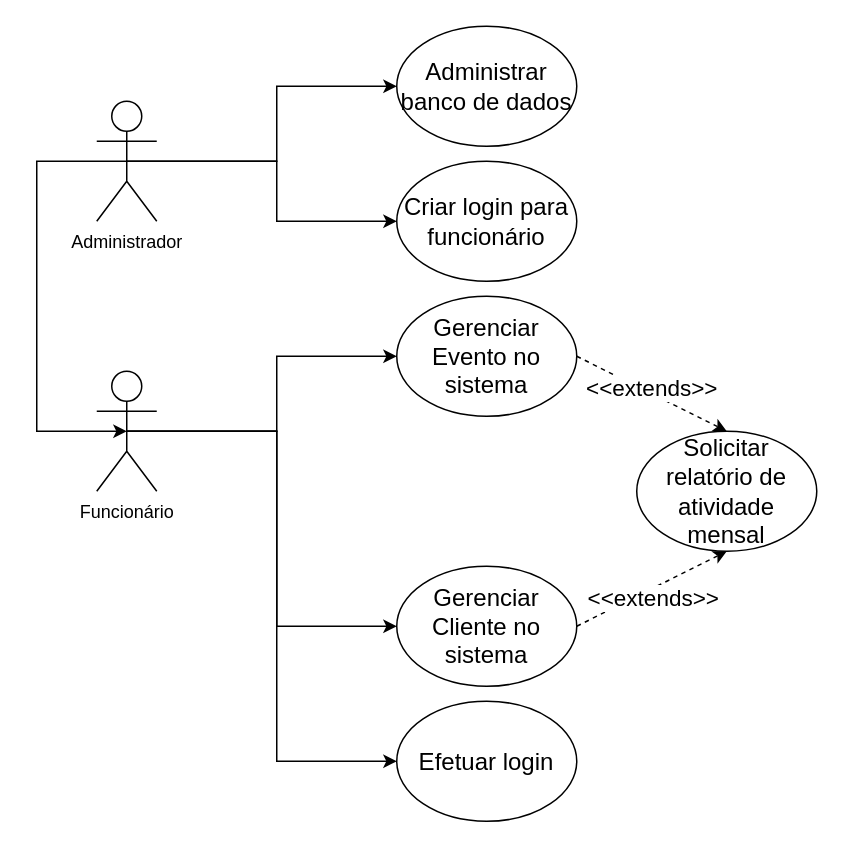
Earlier version of the draw.io diagram 4° Período/Análise e Projeto de Sistemas (Janderson)/Atividade 02/Diagrama de Casos de Uso (Buffet LuDa).drawio (lucaslucenak/cc-UEPB). Source tidied: cells renumbered, new cells numbered last; positions are measured from the earlier drawing's top-left corner, leaving out a move shared by most shapes. Both pictures are drawn from the tidied source at 150%, with x=0, y=0 at pixel (36, 26).
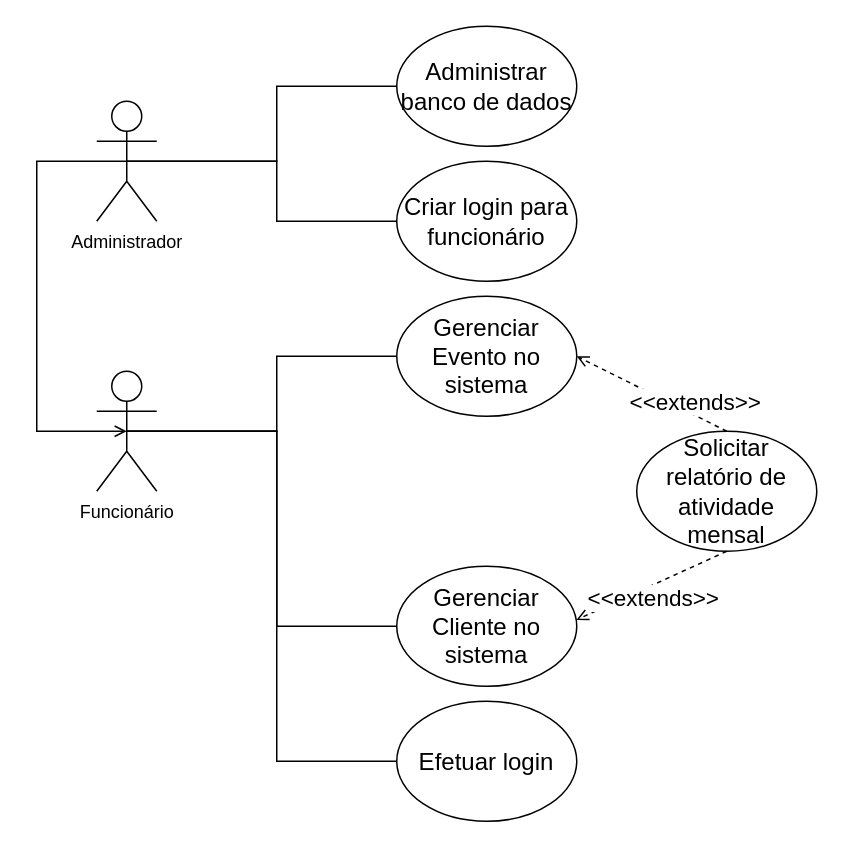
The same diagram, later.

Unchanged cells that the change refers to:
```xml
<mxCell id="5" value="Funcionário" style="shape=umlActor;verticalLabelPosition=bottom;verticalAlign=top;html=1;outlineConnect=0;" parent="1" vertex="1">
  <mxGeometry x="40" y="230" width="40" height="80" as="geometry" />
</mxCell>
<mxCell id="6" value="&lt;font style=&quot;font-size: 16px&quot;&gt;Efetuar login&lt;/font&gt;" style="ellipse;whiteSpace=wrap;html=1;" parent="1" vertex="1">
  <mxGeometry x="240" y="450" width="120" height="80" as="geometry" />
</mxCell>
<mxCell id="10" value="Administrador" style="shape=umlActor;verticalLabelPosition=bottom;verticalAlign=top;html=1;outlineConnect=0;" parent="1" vertex="1">
  <mxGeometry x="40" y="50" width="40" height="80" as="geometry" />
</mxCell>
<mxCell id="11" value="&lt;font style=&quot;font-size: 16px&quot;&gt;Criar login para funcionário&lt;/font&gt;" style="ellipse;whiteSpace=wrap;html=1;" parent="1" vertex="1">
  <mxGeometry x="240" y="90" width="120" height="80" as="geometry" />
</mxCell>
<mxCell id="12" value="&lt;font style=&quot;font-size: 16px&quot;&gt;Gerenciar Evento no sistema&lt;/font&gt;" style="ellipse;whiteSpace=wrap;html=1;" parent="1" vertex="1">
  <mxGeometry x="240" y="180" width="120" height="80" as="geometry" />
</mxCell>
<mxCell id="13" value="&lt;font style=&quot;font-size: 16px&quot;&gt;Gerenciar Cliente no sistema&lt;/font&gt;" style="ellipse;whiteSpace=wrap;html=1;" parent="1" vertex="1">
  <mxGeometry x="240" y="360" width="120" height="80" as="geometry" />
</mxCell>
<mxCell id="14" value="&lt;font style=&quot;font-size: 16px&quot;&gt;Solicitar relatório de atividade mensal&lt;/font&gt;" style="ellipse;whiteSpace=wrap;html=1;" parent="1" vertex="1">
  <mxGeometry x="400" y="270" width="120" height="80" as="geometry" />
</mxCell>
<mxCell id="15" value="&lt;font style=&quot;font-size: 16px&quot;&gt;Administrar banco de dados&lt;/font&gt;" style="ellipse;whiteSpace=wrap;html=1;" parent="1" vertex="1">
  <mxGeometry x="240" width="120" height="80" as="geometry" />
</mxCell>
```

Diff of the diagram source:
```diff
@@
-    <mxCell id="2" style="edgeStyle=orthogonalEdgeStyle;rounded=0;jettySize=auto;html=1;exitX=0.5;exitY=0.5;exitDx=0;exitDy=0;exitPerimeter=0;entryX=0;entryY=0.5;entryDx=0;entryDy=0;fontSize=15;endArrow=classic;endFill=1;" parent="1" edge="1" source="5" target="12">
+    <mxCell id="2" style="edgeStyle=orthogonalEdgeStyle;rounded=0;jettySize=auto;html=1;exitX=0.5;exitY=0.5;exitDx=0;exitDy=0;exitPerimeter=0;entryX=0;entryY=0.5;entryDx=0;entryDy=0;fontSize=15;endArrow=none;endFill=0;" parent="1" edge="1" source="5" target="12">
       <mxGeometry relative="1" as="geometry" />
     </mxCell>
-    <mxCell id="3" style="edgeStyle=orthogonalEdgeStyle;rounded=0;jettySize=auto;html=1;exitX=0.5;exitY=0.5;exitDx=0;exitDy=0;exitPerimeter=0;entryX=0;entryY=0.5;entryDx=0;entryDy=0;fontSize=15;endArrow=classic;endFill=1;" parent="1" edge="1" source="5" target="13">
+    <mxCell id="3" style="edgeStyle=orthogonalEdgeStyle;rounded=0;jettySize=auto;html=1;exitX=0.5;exitY=0.5;exitDx=0;exitDy=0;exitPerimeter=0;entryX=0;entryY=0.5;entryDx=0;entryDy=0;fontSize=15;endArrow=none;endFill=0;" parent="1" edge="1" source="5" target="13">
       <mxGeometry relative="1" as="geometry" />
     </mxCell>
-    <mxCell id="4" style="edgeStyle=orthogonalEdgeStyle;rounded=0;jettySize=auto;html=1;exitX=0.5;exitY=0.5;exitDx=0;exitDy=0;exitPerimeter=0;entryX=0;entryY=0.5;entryDx=0;entryDy=0;fontSize=15;endArrow=classic;endFill=1;" parent="1" edge="1" source="5" target="6">
+    <mxCell id="4" style="edgeStyle=orthogonalEdgeStyle;rounded=0;jettySize=auto;html=1;exitX=0.5;exitY=0.5;exitDx=0;exitDy=0;exitPerimeter=0;entryX=0;entryY=0.5;entryDx=0;entryDy=0;fontSize=15;endArrow=none;endFill=0;" parent="1" edge="1" source="5" target="6">
       <mxGeometry relative="1" as="geometry" />
     </mxCell>
@@
-    <mxCell id="7" style="edgeStyle=orthogonalEdgeStyle;rounded=0;jettySize=auto;html=1;exitX=0.5;exitY=0.5;exitDx=0;exitDy=0;exitPerimeter=0;entryX=0;entryY=0.5;entryDx=0;entryDy=0;fontSize=15;endArrow=classic;endFill=1;" parent="1" edge="1" source="10" target="15">
+    <mxCell id="7" style="edgeStyle=orthogonalEdgeStyle;rounded=0;jettySize=auto;html=1;exitX=0.5;exitY=0.5;exitDx=0;exitDy=0;exitPerimeter=0;entryX=0;entryY=0.5;entryDx=0;entryDy=0;fontSize=15;endArrow=none;endFill=0;" parent="1" edge="1" source="10" target="15">
       <mxGeometry relative="1" as="geometry" />
     </mxCell>
-    <mxCell id="8" style="edgeStyle=orthogonalEdgeStyle;rounded=0;jettySize=auto;html=1;exitX=0.5;exitY=0.5;exitDx=0;exitDy=0;exitPerimeter=0;entryX=0;entryY=0.5;entryDx=0;entryDy=0;fontSize=15;endArrow=classic;endFill=1;" parent="1" edge="1" source="10" target="11">
+    <mxCell id="8" style="edgeStyle=orthogonalEdgeStyle;rounded=0;jettySize=auto;html=1;exitX=0.5;exitY=0.5;exitDx=0;exitDy=0;exitPerimeter=0;entryX=0;entryY=0.5;entryDx=0;entryDy=0;fontSize=15;endArrow=none;endFill=0;" parent="1" edge="1" source="10" target="11">
       <mxGeometry relative="1" as="geometry" />
     </mxCell>
-    <mxCell id="9" style="edgeStyle=orthogonalEdgeStyle;rounded=0;jettySize=auto;html=1;exitX=0.5;exitY=0.5;exitDx=0;exitDy=0;exitPerimeter=0;entryX=0.5;entryY=0.5;entryDx=0;entryDy=0;entryPerimeter=0;fontSize=15;endArrow=classic;endFill=1;" parent="1" edge="1" source="10" target="5">
+    <mxCell id="9" style="edgeStyle=orthogonalEdgeStyle;rounded=0;jettySize=auto;html=1;exitX=0.5;exitY=0.5;exitDx=0;exitDy=0;exitPerimeter=0;entryX=0.5;entryY=0.5;entryDx=0;entryDy=0;entryPerimeter=0;fontSize=15;endArrow=open;endFill=0;" parent="1" edge="1" source="10" target="5">
       <mxGeometry relative="1" as="geometry">
         <Array as="points">
           <mxPoint y="90" />
           <mxPoint y="270" />
         </Array>
       </mxGeometry>
     </mxCell>
@@
-    <mxCell id="16" style="endArrow=classic;dashed=1;html=1;rounded=0;fontSize=16;endFill=1;exitX=1;exitY=0.5;exitDx=0;exitDy=0;entryX=0.5;entryY=0;entryDx=0;entryDy=0;" parent="1" edge="1" source="12" target="14">
+    <mxCell id="16" style="endArrow=open;dashed=1;html=1;rounded=0;fontSize=16;endFill=0;entryX=1;entryY=0.5;entryDx=0;entryDy=0;exitX=0.5;exitY=0;exitDx=0;exitDy=0;" parent="1" edge="1" source="14" target="12">
       <mxGeometry relative="1" as="geometry" />
     </mxCell>
@@
-    <mxCell id="18" style="endArrow=classic;dashed=1;html=1;rounded=0;fontSize=16;endFill=1;exitX=1;exitY=0.5;exitDx=0;exitDy=0;entryX=0.5;entryY=1;entryDx=0;entryDy=0;" parent="1" edge="1" source="13" target="14">
+    <mxCell id="18" style="endArrow=open;dashed=1;html=1;rounded=0;fontSize=16;endFill=0;entryX=0.998;entryY=0.447;entryDx=0;entryDy=0;entryPerimeter=0;exitX=0.5;exitY=1;exitDx=0;exitDy=0;" parent="1" edge="1" source="14" target="13">
       <mxGeometry relative="1" as="geometry" />
     </mxCell>
```
